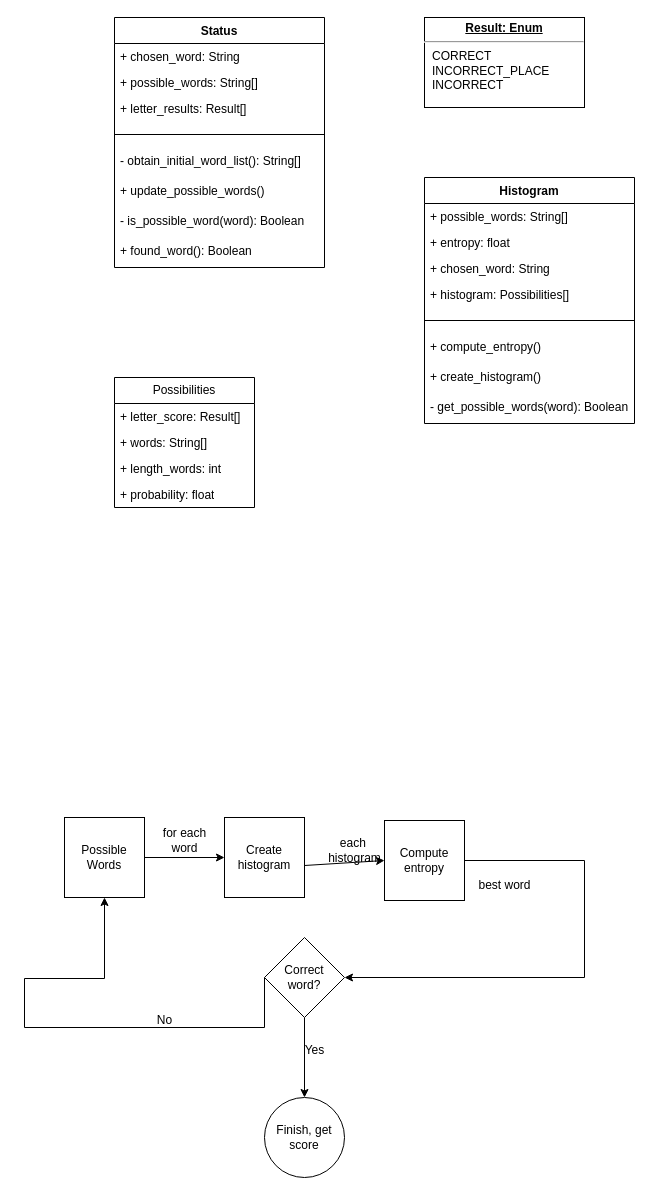
This is HWordle.drawio from trujimat/HWordle, a draw.io file, before an edit. Source tidied: cells renumbered, new cells numbered last; positions are measured from the earlier drawing's top-left corner, leaving out a move shared by most shapes. Both pictures are drawn from the tidied source at 100%, with x=0, y=0 at pixel (24, 17).
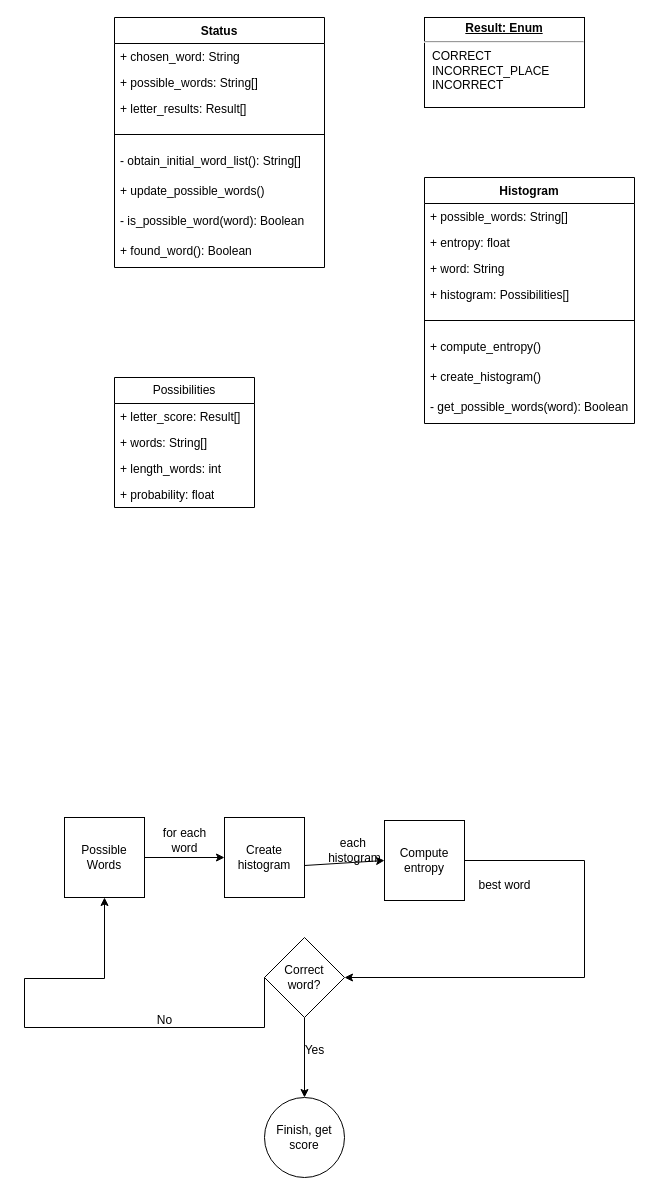
Above is the later version.

Commit message:
changed name attribute chosen_word to word in histogram.drawio

Unchanged cells that the change refers to:
```xml
<mxCell id="27" value="Histogram" style="swimlane;fontStyle=1;align=center;verticalAlign=top;horizontal=1;startSize=26;whiteSpace=wrap;html=1;" parent="1" vertex="1">
  <mxGeometry x="400" y="160" width="210" height="246" as="geometry" />
</mxCell>
```

What changed in the source:
```diff
@@
-    <mxCell id="30" value="+ chosen_word: String" style="text;strokeColor=none;fillColor=none;align=left;verticalAlign=top;spacingLeft=4;spacingRight=4;overflow=hidden;whiteSpace=wrap;html=1;" parent="27" vertex="1">
+    <mxCell id="30" value="+ word: String" style="text;strokeColor=none;fillColor=none;align=left;verticalAlign=top;spacingLeft=4;spacingRight=4;overflow=hidden;whiteSpace=wrap;html=1;" parent="27" vertex="1">
       <mxGeometry y="78" width="210" height="26" as="geometry" />
     </mxCell>
```
